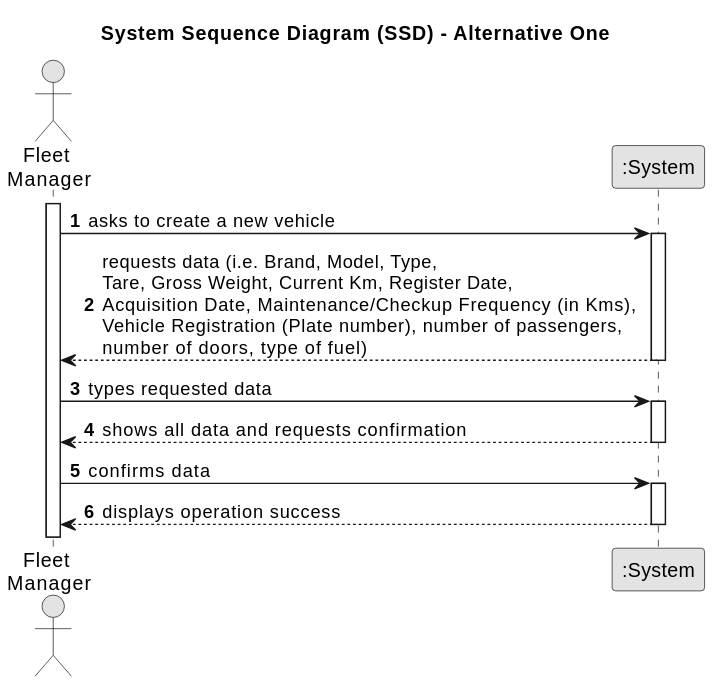
Paulo-Pereira-at-ISEP/lei-24-s2-1nanb-g321 keeps this PlantUML diagram as docs/sprintA/us06/01.requirements-engineering/svg/us06-system-sequence-diagram-alternative-one.svg. Above is the earlier version. Its diagram source:
```plantuml
@startuml
skinparam monochrome true
skinparam packageStyle rectangle
skinparam shadowing false

title System Sequence Diagram (SSD) - Alternative One

autonumber

actor "Fleet \nManager" as Employee
participant ":System" as System

activate Employee

    Employee -> System : asks to create a new vehicle
    activate System

        System --> Employee : requests data (i.e. Brand, Model, Type, \nTare, Gross Weight, Current Km, Register Date, \nAcquisition Date, Maintenance/Checkup Frequency (in Kms), \nVehicle Registration (Plate number), number of passengers, \nnumber of doors, type of fuel)
    deactivate System

    Employee -> System : types requested data
    activate System

        System --> Employee : shows all data and requests confirmation
    deactivate System

    Employee -> System : confirms data
    activate System

        System --> Employee : displays operation success
    deactivate System
@enduml
```
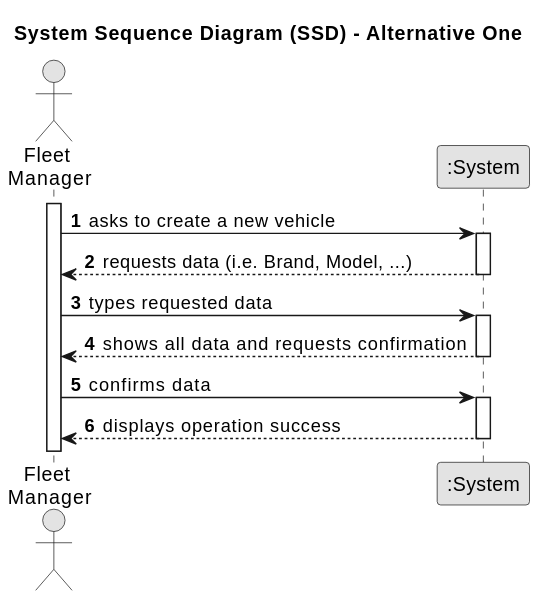
After the commit.

Diff of the diagram source:
```diff
@@ -15,7 +15,7 @@
     Employee -> System : asks to create a new vehicle
     activate System
 
-        System --> Employee : requests data (i.e. Brand, Model, Type, \nTare, Gross Weight, Current Km, Register Date, \nAcquisition Date, Maintenance/Checkup Frequency (in Kms), \nVehicle Registration (Plate number), number of passengers, \nnumber of doors, type of fuel)
+        System --> Employee : requests data (i.e. Brand, Model, ...)
     deactivate System
 
     Employee -> System : types requested data
```
